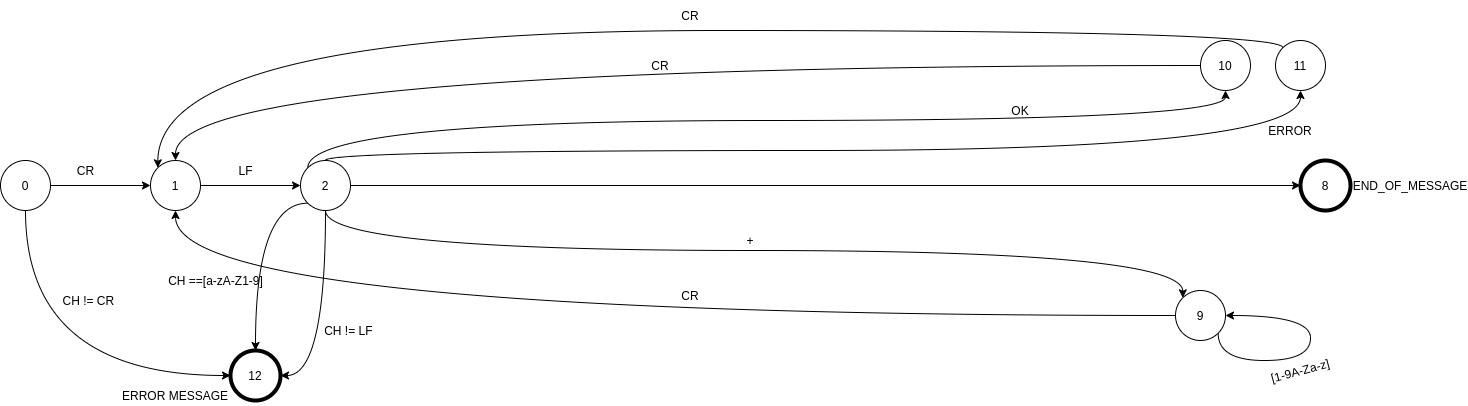
Before: stateManagement.png, a diagram exported from draw.io (alexcontra/gsmvalidator). Source tidied: cells renumbered, new cells last; positions are measured from the earlier drawing's top-left corner, leaving out a move shared by most shapes.
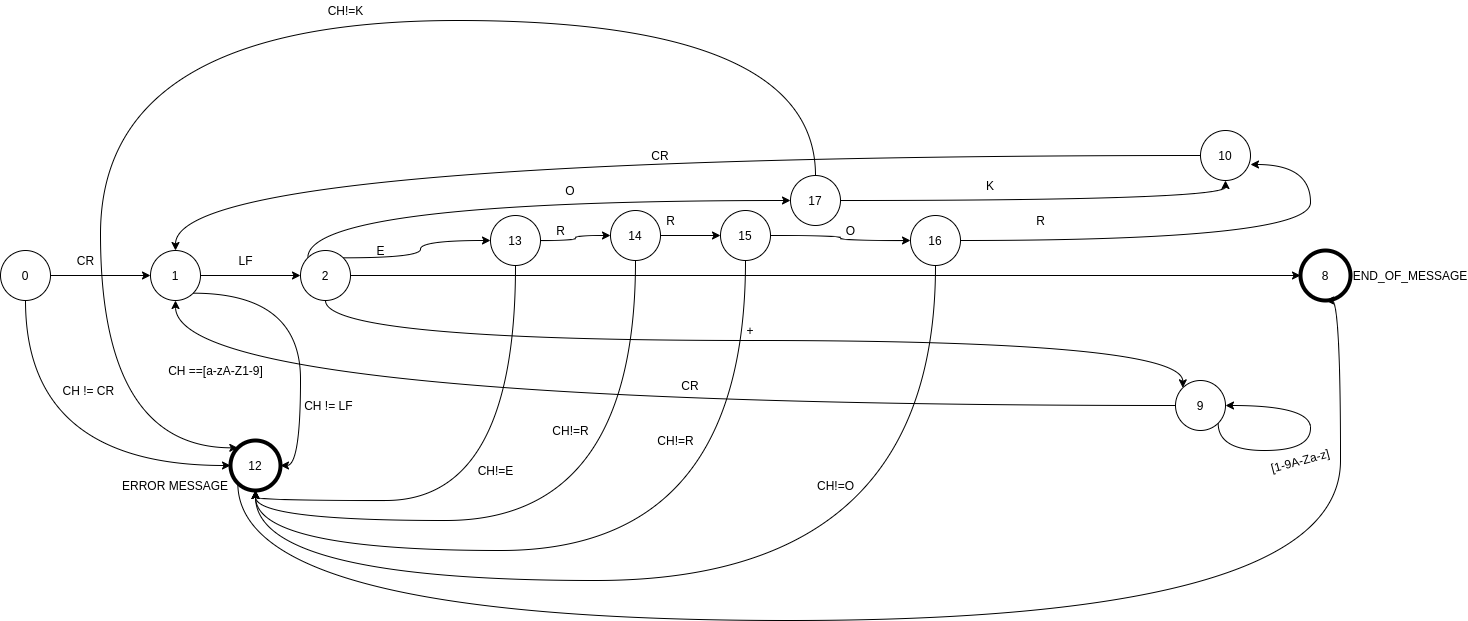
Later version of the same file.

Commit message:
some typo resolved & integrated updated state management

Change to the diagram source:
```diff
@@ -23,28 +23,19 @@
     <mxCell id="8" style="edgeStyle=orthogonalEdgeStyle;curved=1;jettySize=auto;html=1;exitX=0.5;exitY=1;exitDx=0;exitDy=0;entryX=0;entryY=0;entryDx=0;entryDy=0;" parent="1" edge="1" source="13" target="16">
       <mxGeometry relative="1" as="geometry" />
     </mxCell>
-    <mxCell id="9" style="edgeStyle=orthogonalEdgeStyle;curved=1;jettySize=auto;html=1;exitX=0.5;exitY=0;exitDx=0;exitDy=0;entryX=0.5;entryY=1;entryDx=0;entryDy=0;" parent="1" edge="1" source="13" target="26">
-      <mxGeometry relative="1" as="geometry">
-        <Array as="points">
-          <mxPoint x="325" y="150" />
-          <mxPoint x="1300" y="150" />
-        </Array>
-      </mxGeometry>
-    </mxCell>
-    <mxCell id="10" style="edgeStyle=orthogonalEdgeStyle;curved=1;jettySize=auto;html=1;exitX=0;exitY=0;exitDx=0;exitDy=0;" parent="1" edge="1" source="13" target="23">
-      <mxGeometry relative="1" as="geometry">
-        <Array as="points">
-          <mxPoint x="307" y="120" />
-          <mxPoint x="1225" y="120" />
-        </Array>
-      </mxGeometry>
-    </mxCell>
-    <mxCell id="11" style="edgeStyle=orthogonalEdgeStyle;curved=1;jettySize=auto;html=1;exitX=0.5;exitY=1;exitDx=0;exitDy=0;entryX=1;entryY=0.5;entryDx=0;entryDy=0;" parent="1" edge="1" source="13" target="27">
+    <mxCell id="11" style="edgeStyle=orthogonalEdgeStyle;curved=1;jettySize=auto;html=1;exitX=1;exitY=1;exitDx=0;exitDy=0;entryX=1;entryY=0.5;entryDx=0;entryDy=0;" parent="1" edge="1" source="6" target="27">
       <mxGeometry relative="1" as="geometry" />
     </mxCell>
-    <mxCell id="12" style="edgeStyle=orthogonalEdgeStyle;curved=1;jettySize=auto;html=1;exitX=0;exitY=1;exitDx=0;exitDy=0;entryX=0.5;entryY=0;entryDx=0;entryDy=0;" parent="1" edge="1" source="13" target="27">
-      <mxGeometry relative="1" as="geometry" />
-    </mxCell>
+    <mxCell id="37" style="edgeStyle=orthogonalEdgeStyle;jettySize=auto;html=1;exitX=0;exitY=0;exitDx=0;exitDy=0;entryX=0;entryY=0.5;entryDx=0;entryDy=0;curved=1;" parent="1" edge="1" source="13" target="42">
+      <mxGeometry relative="1" as="geometry">
+        <Array as="points">
+          <mxPoint x="307" y="110" />
+        </Array>
+      </mxGeometry>
+    </mxCell>
+    <mxCell id="38" style="edgeStyle=orthogonalEdgeStyle;curved=1;jettySize=auto;html=1;exitX=1;exitY=0;exitDx=0;exitDy=0;" parent="1" edge="1" source="13" target="46">
+      <mxGeometry relative="1" as="geometry" />
+    </mxCell>
     <mxCell id="13" value="2" style="ellipse;whiteSpace=wrap;html=1;" parent="1" vertex="1">
       <mxGeometry x="300" y="160" width="50" height="50" as="geometry" />
     </mxCell>
@@ -87,46 +78,147 @@
     <mxCell id="24" value="CR" style="text;html=1;strokeColor=none;fillColor=none;align=center;verticalAlign=middle;whiteSpace=wrap;rounded=0;" parent="1" vertex="1">
       <mxGeometry x="650" y="50" width="20" height="30" as="geometry" />
     </mxCell>
-    <mxCell id="25" style="edgeStyle=orthogonalEdgeStyle;curved=1;jettySize=auto;html=1;exitX=0;exitY=0;exitDx=0;exitDy=0;entryX=0;entryY=0;entryDx=0;entryDy=0;" parent="1" edge="1" source="26" target="6">
-      <mxGeometry relative="1" as="geometry">
-        <Array as="points">
-          <mxPoint x="1282" y="30" />
-          <mxPoint x="157" y="30" />
-        </Array>
-      </mxGeometry>
-    </mxCell>
-    <mxCell id="26" value="11" style="ellipse;whiteSpace=wrap;html=1;" parent="1" vertex="1">
-      <mxGeometry x="1275" y="40" width="50" height="50" as="geometry" />
-    </mxCell>
+    <mxCell id="39" style="edgeStyle=orthogonalEdgeStyle;curved=1;jettySize=auto;html=1;exitX=0;exitY=1;exitDx=0;exitDy=0;entryX=0.5;entryY=1;entryDx=0;entryDy=0;" parent="1" edge="1" source="27" target="18">
+      <mxGeometry relative="1" as="geometry">
+        <Array as="points">
+          <mxPoint x="237" y="530" />
+          <mxPoint x="1340" y="530" />
+          <mxPoint x="1340" y="210" />
+        </Array>
+      </mxGeometry>
+    </mxCell>
     <mxCell id="27" value="12" style="ellipse;whiteSpace=wrap;html=1;strokeWidth=4;" parent="1" vertex="1">
       <mxGeometry x="230" y="350" width="50" height="50" as="geometry" />
     </mxCell>
     <mxCell id="28" value="ERROR MESSAGE" style="text;html=1;strokeColor=none;fillColor=none;align=center;verticalAlign=middle;whiteSpace=wrap;rounded=0;rotation=0;" parent="1" vertex="1">
       <mxGeometry x="120" y="385" width="110" height="20" as="geometry" />
     </mxCell>
-    <mxCell id="29" value="CR" style="text;html=1;strokeColor=none;fillColor=none;align=center;verticalAlign=middle;whiteSpace=wrap;rounded=0;" parent="1" vertex="1">
-      <mxGeometry x="680" width="20" height="30" as="geometry" />
-    </mxCell>
     <mxCell id="30" value="CR" style="text;html=1;align=center;verticalAlign=middle;strokeColor=none;fillColor=none;" parent="1" vertex="1">
       <mxGeometry x="70" y="160" width="30" height="20" as="geometry" />
     </mxCell>
     <mxCell id="31" value="LF" style="text;html=1;align=center;verticalAlign=middle;strokeColor=none;fillColor=none;" parent="1" vertex="1">
       <mxGeometry x="230" y="160" width="30" height="20" as="geometry" />
     </mxCell>
-    <mxCell id="32" value="ERROR" style="text;html=1;strokeColor=none;fillColor=none;align=center;verticalAlign=middle;whiteSpace=wrap;rounded=0;rotation=0;" parent="1" vertex="1">
-      <mxGeometry x="1280" y="120" width="20" height="20" as="geometry" />
-    </mxCell>
-    <mxCell id="33" value="OK" style="text;html=1;strokeColor=none;fillColor=none;align=center;verticalAlign=middle;whiteSpace=wrap;rounded=0;rotation=0;" parent="1" vertex="1">
-      <mxGeometry x="1010" y="100" width="20" height="20" as="geometry" />
+    <mxCell id="33" value="K" style="text;html=1;strokeColor=none;fillColor=none;align=center;verticalAlign=middle;whiteSpace=wrap;rounded=0;rotation=0;" parent="1" vertex="1">
+      <mxGeometry x="980" y="85" width="20" height="20" as="geometry" />
     </mxCell>
     <mxCell id="34" value="CH != CR&amp;nbsp;" style="text;html=1;strokeColor=none;fillColor=none;align=center;verticalAlign=middle;whiteSpace=wrap;rounded=0;rotation=0;" parent="1" vertex="1">
       <mxGeometry x="60" y="290" width="60" height="20" as="geometry" />
     </mxCell>
     <mxCell id="35" value="CH != LF&amp;nbsp;" style="text;html=1;strokeColor=none;fillColor=none;align=center;verticalAlign=middle;whiteSpace=wrap;rounded=0;rotation=0;" parent="1" vertex="1">
-      <mxGeometry x="320" y="320" width="60" height="20" as="geometry" />
+      <mxGeometry x="300" y="305" width="60" height="20" as="geometry" />
     </mxCell>
     <mxCell id="36" value="CH ==[a-zA-Z1-9]" style="text;html=1;align=center;verticalAlign=middle;strokeColor=none;fillColor=none;" parent="1" vertex="1">
       <mxGeometry x="160" y="270" width="110" height="20" as="geometry" />
     </mxCell>
+    <mxCell id="40" style="edgeStyle=orthogonalEdgeStyle;curved=1;jettySize=auto;html=1;exitX=1;exitY=0.5;exitDx=0;exitDy=0;entryX=0.5;entryY=1;entryDx=0;entryDy=0;" parent="1" edge="1" source="42" target="23">
+      <mxGeometry relative="1" as="geometry" />
+    </mxCell>
+    <mxCell id="41" style="edgeStyle=orthogonalEdgeStyle;curved=1;jettySize=auto;html=1;exitX=0.5;exitY=0;exitDx=0;exitDy=0;entryX=0;entryY=0;entryDx=0;entryDy=0;" parent="1" edge="1" source="42" target="27">
+      <mxGeometry relative="1" as="geometry">
+        <Array as="points">
+          <mxPoint x="815" y="-70" />
+          <mxPoint x="100" y="-70" />
+          <mxPoint x="100" y="357" />
+        </Array>
+      </mxGeometry>
+    </mxCell>
+    <mxCell id="42" value="17" style="ellipse;whiteSpace=wrap;html=1;" parent="1" vertex="1">
+      <mxGeometry x="790" y="85" width="50" height="50" as="geometry" />
+    </mxCell>
+    <mxCell id="43" value="O" style="text;html=1;strokeColor=none;fillColor=none;align=center;verticalAlign=middle;whiteSpace=wrap;rounded=0;rotation=0;" parent="1" vertex="1">
+      <mxGeometry x="560" y="90" width="20" height="20" as="geometry" />
+    </mxCell>
+    <mxCell id="44" style="edgeStyle=orthogonalEdgeStyle;curved=1;jettySize=auto;html=1;exitX=1;exitY=0.5;exitDx=0;exitDy=0;entryX=0;entryY=0.5;entryDx=0;entryDy=0;" parent="1" edge="1" source="46" target="49">
+      <mxGeometry relative="1" as="geometry" />
+    </mxCell>
+    <mxCell id="45" style="edgeStyle=orthogonalEdgeStyle;curved=1;jettySize=auto;html=1;exitX=0.5;exitY=1;exitDx=0;exitDy=0;entryX=0.5;entryY=1;entryDx=0;entryDy=0;" parent="1" edge="1" source="46" target="27">
+      <mxGeometry relative="1" as="geometry">
+        <Array as="points">
+          <mxPoint x="515" y="410" />
+          <mxPoint x="255" y="410" />
+        </Array>
+      </mxGeometry>
+    </mxCell>
+    <mxCell id="46" value="13" style="ellipse;whiteSpace=wrap;html=1;" parent="1" vertex="1">
+      <mxGeometry x="490" y="125" width="50" height="50" as="geometry" />
+    </mxCell>
+    <mxCell id="47" style="edgeStyle=orthogonalEdgeStyle;curved=1;jettySize=auto;html=1;exitX=1;exitY=0.5;exitDx=0;exitDy=0;entryX=0;entryY=0.5;entryDx=0;entryDy=0;" parent="1" edge="1" source="49" target="52">
+      <mxGeometry relative="1" as="geometry" />
+    </mxCell>
+    <mxCell id="48" style="edgeStyle=orthogonalEdgeStyle;curved=1;jettySize=auto;html=1;exitX=0.5;exitY=1;exitDx=0;exitDy=0;entryX=0.5;entryY=1;entryDx=0;entryDy=0;" parent="1" edge="1" source="49" target="27">
+      <mxGeometry relative="1" as="geometry">
+        <Array as="points">
+          <mxPoint x="635" y="430" />
+          <mxPoint x="255" y="430" />
+        </Array>
+      </mxGeometry>
+    </mxCell>
+    <mxCell id="49" value="14" style="ellipse;whiteSpace=wrap;html=1;" parent="1" vertex="1">
+      <mxGeometry x="610" y="120" width="50" height="50" as="geometry" />
+    </mxCell>
+    <mxCell id="50" style="edgeStyle=orthogonalEdgeStyle;curved=1;jettySize=auto;html=1;exitX=1;exitY=0.5;exitDx=0;exitDy=0;entryX=0;entryY=0.5;entryDx=0;entryDy=0;" parent="1" edge="1" source="52" target="55">
+      <mxGeometry relative="1" as="geometry" />
+    </mxCell>
+    <mxCell id="51" style="edgeStyle=orthogonalEdgeStyle;curved=1;jettySize=auto;html=1;exitX=0.5;exitY=1;exitDx=0;exitDy=0;entryX=0.5;entryY=1;entryDx=0;entryDy=0;" parent="1" edge="1" source="52" target="27">
+      <mxGeometry relative="1" as="geometry">
+        <Array as="points">
+          <mxPoint x="745" y="460" />
+          <mxPoint x="255" y="460" />
+        </Array>
+      </mxGeometry>
+    </mxCell>
+    <mxCell id="52" value="15" style="ellipse;whiteSpace=wrap;html=1;" parent="1" vertex="1">
+      <mxGeometry x="720" y="120" width="50" height="50" as="geometry" />
+    </mxCell>
+    <mxCell id="53" style="edgeStyle=orthogonalEdgeStyle;curved=1;jettySize=auto;html=1;exitX=1;exitY=0.5;exitDx=0;exitDy=0;entryX=1;entryY=0.68;entryDx=0;entryDy=0;entryPerimeter=0;" parent="1" edge="1" source="55" target="23">
+      <mxGeometry relative="1" as="geometry">
+        <Array as="points">
+          <mxPoint x="1310" y="150" />
+          <mxPoint x="1310" y="74" />
+        </Array>
+      </mxGeometry>
+    </mxCell>
+    <mxCell id="54" style="edgeStyle=orthogonalEdgeStyle;curved=1;jettySize=auto;html=1;exitX=0.5;exitY=1;exitDx=0;exitDy=0;entryX=0.5;entryY=1;entryDx=0;entryDy=0;" parent="1" edge="1" source="55" target="27">
+      <mxGeometry relative="1" as="geometry">
+        <Array as="points">
+          <mxPoint x="935" y="490" />
+          <mxPoint x="255" y="490" />
+        </Array>
+      </mxGeometry>
+    </mxCell>
+    <mxCell id="55" value="16" style="ellipse;whiteSpace=wrap;html=1;" parent="1" vertex="1">
+      <mxGeometry x="910" y="125" width="50" height="50" as="geometry" />
+    </mxCell>
+    <mxCell id="56" value="E" style="text;html=1;align=center;verticalAlign=middle;strokeColor=none;fillColor=none;" parent="1" vertex="1">
+      <mxGeometry x="370" y="150" width="20" height="20" as="geometry" />
+    </mxCell>
+    <mxCell id="57" value="R" style="text;html=1;align=center;verticalAlign=middle;strokeColor=none;fillColor=none;" parent="1" vertex="1">
+      <mxGeometry x="550" y="130" width="20" height="20" as="geometry" />
+    </mxCell>
+    <mxCell id="58" value="R" style="text;html=1;align=center;verticalAlign=middle;strokeColor=none;fillColor=none;" parent="1" vertex="1">
+      <mxGeometry x="660" y="120" width="20" height="20" as="geometry" />
+    </mxCell>
+    <mxCell id="59" value="O" style="text;html=1;align=center;verticalAlign=middle;strokeColor=none;fillColor=none;" parent="1" vertex="1">
+      <mxGeometry x="840" y="130" width="20" height="20" as="geometry" />
+    </mxCell>
+    <mxCell id="60" value="R" style="text;html=1;align=center;verticalAlign=middle;strokeColor=none;fillColor=none;" parent="1" vertex="1">
+      <mxGeometry x="1030" y="120" width="20" height="20" as="geometry" />
+    </mxCell>
+    <mxCell id="61" value="CH!=E" style="text;html=1;align=center;verticalAlign=middle;strokeColor=none;fillColor=none;" parent="1" vertex="1">
+      <mxGeometry x="470" y="370" width="50" height="20" as="geometry" />
+    </mxCell>
+    <mxCell id="62" value="CH!=R" style="text;html=1;align=center;verticalAlign=middle;strokeColor=none;fillColor=none;" parent="1" vertex="1">
+      <mxGeometry x="545" y="330" width="50" height="20" as="geometry" />
+    </mxCell>
+    <mxCell id="63" value="CH!=K" style="text;html=1;align=center;verticalAlign=middle;strokeColor=none;fillColor=none;" parent="1" vertex="1">
+      <mxGeometry x="320" y="-90" width="50" height="20" as="geometry" />
+    </mxCell>
+    <mxCell id="64" value="CH!=R" style="text;html=1;align=center;verticalAlign=middle;strokeColor=none;fillColor=none;" parent="1" vertex="1">
+      <mxGeometry x="650" y="340" width="50" height="20" as="geometry" />
+    </mxCell>
+    <mxCell id="65" value="CH!=O" style="text;html=1;align=center;verticalAlign=middle;strokeColor=none;fillColor=none;" parent="1" vertex="1">
+      <mxGeometry x="810" y="385" width="50" height="20" as="geometry" />
+    </mxCell>
   </root>
 </mxGraphModel>
```
